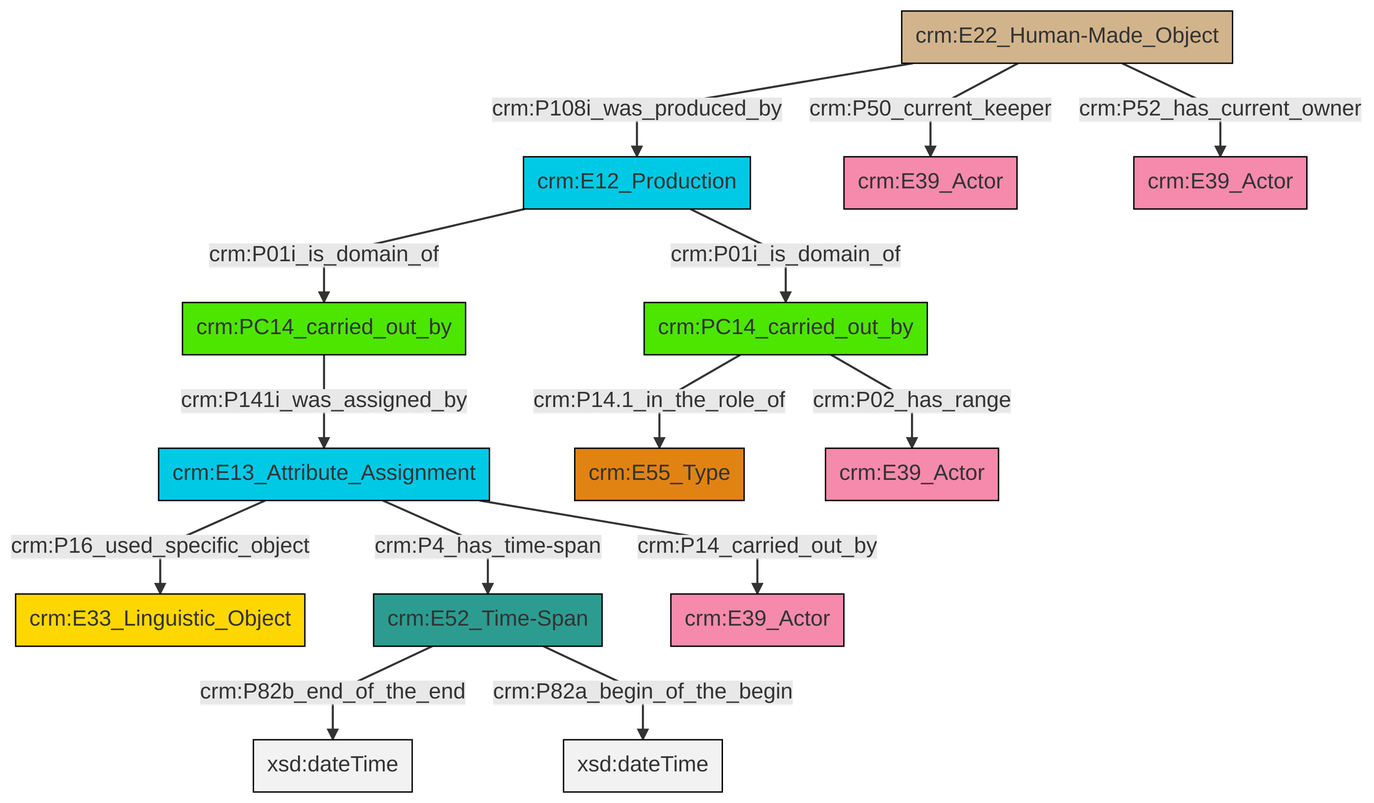
Before: et/carrierCSV/ttl/mmd/png/carrier_relations.png, a diagram exported from Mermaid (swiss-art-research-net/docs.swissartresearch). Its source is kept beside it as et/carrierCSV/ttl/mmd/carrier_relations.ttl.mmd.
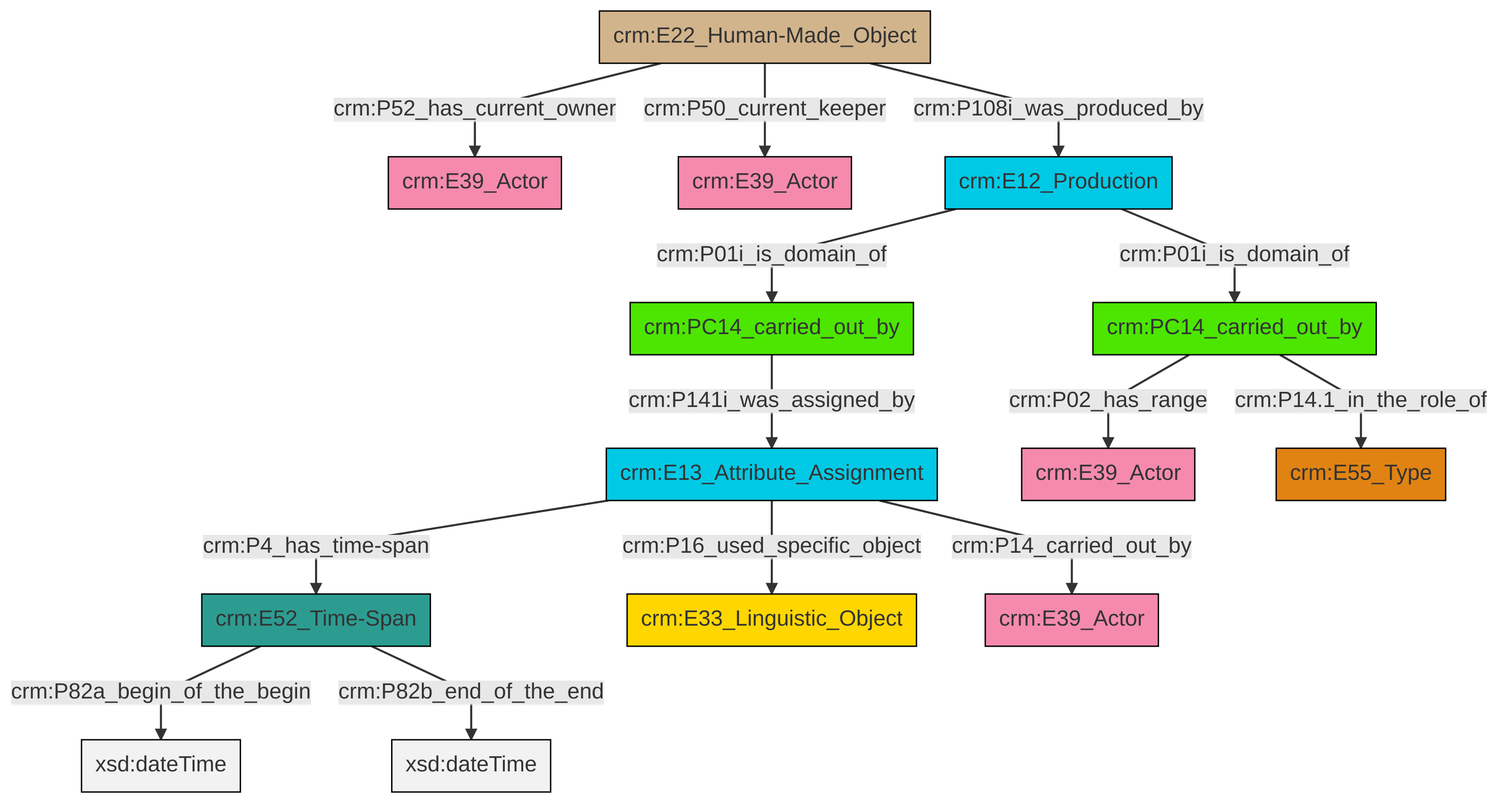
The same diagram one commit later.

What changed in the source:
```diff
@@ -13,16 +13,16 @@
 classDef PC_Classes fill:#4ce600, stroke:#000000;
 classDef Multi fill:#cccccc,stroke:#000000;
 
-0["crm:PC14_carried_out_by"]:::PC_Classes -->|crm:P14.1_in_the_role_of| 1["crm:E55_Type"]:::Type
-6["crm:E52_Time-Span"]:::Time-Span -->|crm:P82b_end_of_the_end| 7[xsd:dateTime]:::Literal
-8["crm:E22_Human-Made_Object"]:::Physical_Thing -->|crm:P108i_was_produced_by| 4["crm:E12_Production"]:::Temporal_Entity
-2["crm:PC14_carried_out_by"]:::PC_Classes -->|crm:P141i_was_assigned_by| 9["crm:E13_Attribute_Assignment"]:::Temporal_Entity
-4["crm:E12_Production"]:::Temporal_Entity -->|crm:P01i_is_domain_of| 2["crm:PC14_carried_out_by"]:::PC_Classes
-8["crm:E22_Human-Made_Object"]:::Physical_Thing -->|crm:P50_current_keeper| 12["crm:E39_Actor"]:::Actor
-9["crm:E13_Attribute_Assignment"]:::Temporal_Entity -->|crm:P16_used_specific_object| 13["crm:E33_Linguistic_Object"]:::Conceptual_Object
-0["crm:PC14_carried_out_by"]:::PC_Classes -->|crm:P02_has_range| 16["crm:E39_Actor"]:::Actor
-9["crm:E13_Attribute_Assignment"]:::Temporal_Entity -->|crm:P4_has_time-span| 6["crm:E52_Time-Span"]:::Time-Span
-8["crm:E22_Human-Made_Object"]:::Physical_Thing -->|crm:P52_has_current_owner| 19["crm:E39_Actor"]:::Actor
-4["crm:E12_Production"]:::Temporal_Entity -->|crm:P01i_is_domain_of| 0["crm:PC14_carried_out_by"]:::PC_Classes
-6["crm:E52_Time-Span"]:::Time-Span -->|crm:P82a_begin_of_the_begin| 22[xsd:dateTime]:::Literal
-9["crm:E13_Attribute_Assignment"]:::Temporal_Entity -->|crm:P14_carried_out_by| 17["crm:E39_Actor"]:::Actor
+2["crm:E52_Time-Span"]:::Time-Span -->|crm:P82a_begin_of_the_begin| 3[xsd:dateTime]:::Literal
+4["crm:E13_Attribute_Assignment"]:::Temporal_Entity -->|crm:P4_has_time-span| 2["crm:E52_Time-Span"]:::Time-Span
+7["crm:PC14_carried_out_by"]:::PC_Classes -->|crm:P02_has_range| 8["crm:E39_Actor"]:::Actor
+4["crm:E13_Attribute_Assignment"]:::Temporal_Entity -->|crm:P14_carried_out_by| 11["crm:E39_Actor"]:::Actor
+12["crm:E22_Human-Made_Object"]:::Physical_Thing -->|crm:P52_has_current_owner| 0["crm:E39_Actor"]:::Actor
+2["crm:E52_Time-Span"]:::Time-Span -->|crm:P82b_end_of_the_end| 16[xsd:dateTime]:::Literal
+19["crm:E12_Production"]:::Temporal_Entity -->|crm:P01i_is_domain_of| 7["crm:PC14_carried_out_by"]:::PC_Classes
+12["crm:E22_Human-Made_Object"]:::Physical_Thing -->|crm:P108i_was_produced_by| 19["crm:E12_Production"]:::Temporal_Entity
+4["crm:E13_Attribute_Assignment"]:::Temporal_Entity -->|crm:P16_used_specific_object| 5["crm:E33_Linguistic_Object"]:::Conceptual_Object
+13["crm:PC14_carried_out_by"]:::PC_Classes -->|crm:P141i_was_assigned_by| 4["crm:E13_Attribute_Assignment"]:::Temporal_Entity
+12["crm:E22_Human-Made_Object"]:::Physical_Thing -->|crm:P50_current_keeper| 9["crm:E39_Actor"]:::Actor
+7["crm:PC14_carried_out_by"]:::PC_Classes -->|crm:P14.1_in_the_role_of| 22["crm:E55_Type"]:::Type
+19["crm:E12_Production"]:::Temporal_Entity -->|crm:P01i_is_domain_of| 13["crm:PC14_carried_out_by"]:::PC_Classes
```
